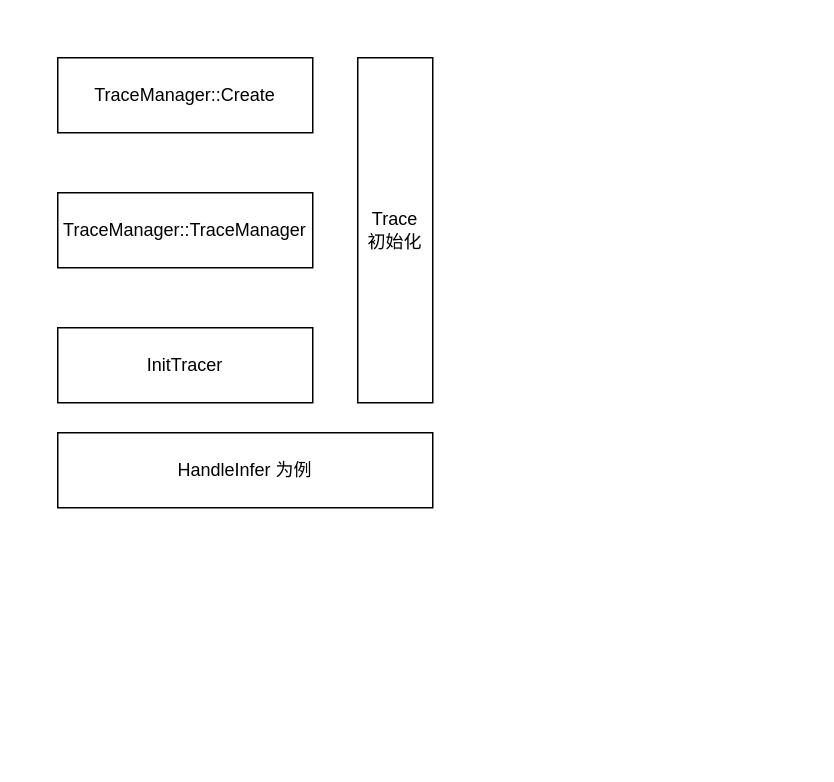
xiazi-yu/triton-server-read keeps this draw.io diagram as trace.drawio. Above is the earlier version. Source tidied: cells renumbered, new cells numbered last; positions are measured from the earlier drawing's top-left corner, leaving out a move shared by most shapes. Both pictures are drawn from the tidied source at 150%, with x=0, y=0 at pixel (57, 57).
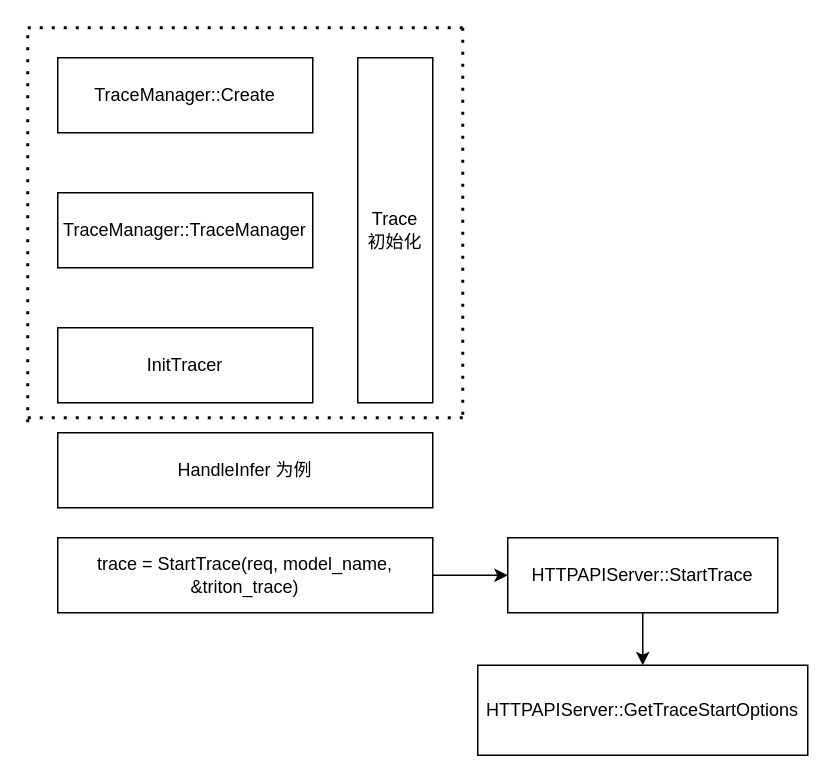
After the change.

The edit, as a diff of the source:
```diff
@@
 <mxGraphModel>
   <root>
     <mxCell id="0" />
     <mxCell id="1" parent="0" />
     <mxCell id="2" value="TraceManager::Create" style="rounded=0;whiteSpace=wrap;html=1;" parent="1" vertex="1">
       <mxGeometry width="170" height="50" as="geometry" />
     </mxCell>
     <mxCell id="3" value="TraceManager::TraceManager" style="rounded=0;whiteSpace=wrap;html=1;" parent="1" vertex="1">
       <mxGeometry y="90" width="170" height="50" as="geometry" />
     </mxCell>
     <mxCell id="4" value="InitTracer" style="rounded=0;whiteSpace=wrap;html=1;" parent="1" vertex="1">
       <mxGeometry y="180" width="170" height="50" as="geometry" />
     </mxCell>
     <mxCell id="5" value="Trace&lt;div&gt;初始化&lt;/div&gt;" style="rounded=0;whiteSpace=wrap;html=1;" parent="1" vertex="1">
       <mxGeometry x="200" width="50" height="230" as="geometry" />
     </mxCell>
     <mxCell id="6" value="HandleInfer 为例" style="rounded=0;whiteSpace=wrap;html=1;" parent="1" vertex="1">
       <mxGeometry y="250" width="250" height="50" as="geometry" />
     </mxCell>
+    <mxCell id="7" style="edgeStyle=orthogonalEdgeStyle;rounded=0;jettySize=auto;html=1;exitX=1;exitY=0.5;exitDx=0;exitDy=0;entryX=0;entryY=0.5;entryDx=0;entryDy=0;" parent="1" edge="1" source="8" target="14">
+      <mxGeometry relative="1" as="geometry" />
+    </mxCell>
+    <mxCell id="8" value="trace = StartTrace(req, model_name, &amp;amp;triton_trace)" style="rounded=0;whiteSpace=wrap;html=1;" parent="1" vertex="1">
+      <mxGeometry y="320" width="250" height="50" as="geometry" />
+    </mxCell>
+    <mxCell id="9" style="endArrow=none;dashed=1;html=1;dashPattern=1 3;strokeWidth=2;rounded=0;" parent="1" edge="1">
+      <mxGeometry relative="1" as="geometry">
+        <mxPoint x="-20" y="-20" as="sourcePoint" />
+        <mxPoint x="270" y="-20" as="targetPoint" />
+      </mxGeometry>
+    </mxCell>
+    <mxCell id="10" style="endArrow=none;dashed=1;html=1;dashPattern=1 3;strokeWidth=2;rounded=0;" parent="1" edge="1">
+      <mxGeometry relative="1" as="geometry">
+        <mxPoint x="270" y="-20" as="sourcePoint" />
+        <mxPoint x="270" y="240" as="targetPoint" />
+      </mxGeometry>
+    </mxCell>
+    <mxCell id="11" style="endArrow=none;dashed=1;html=1;dashPattern=1 3;strokeWidth=2;rounded=0;" parent="1" edge="1">
+      <mxGeometry relative="1" as="geometry">
+        <mxPoint x="-20" y="240" as="sourcePoint" />
+        <mxPoint x="270" y="240" as="targetPoint" />
+      </mxGeometry>
+    </mxCell>
+    <mxCell id="12" style="endArrow=none;dashed=1;html=1;dashPattern=1 3;strokeWidth=2;rounded=0;" parent="1" edge="1">
+      <mxGeometry relative="1" as="geometry">
+        <mxPoint x="-20" y="-15" as="sourcePoint" />
+        <mxPoint x="-20" y="245" as="targetPoint" />
+      </mxGeometry>
+    </mxCell>
+    <mxCell id="13" style="edgeStyle=orthogonalEdgeStyle;rounded=0;jettySize=auto;html=1;" parent="1" edge="1" source="14" target="15">
+      <mxGeometry relative="1" as="geometry" />
+    </mxCell>
+    <mxCell id="14" value="HTTPAPIServer::StartTrace" style="rounded=0;whiteSpace=wrap;html=1;" parent="1" vertex="1">
+      <mxGeometry x="300" y="320" width="180" height="50" as="geometry" />
+    </mxCell>
+    <mxCell id="15" value="HTTPAPIServer::GetTraceStartOptions" style="rounded=0;whiteSpace=wrap;html=1;" parent="1" vertex="1">
+      <mxGeometry x="280" y="405" width="220" height="60" as="geometry" />
+    </mxCell>
   </root>
 </mxGraphModel>
```
